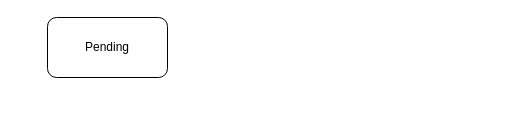
DemonHan/KuickBuy keeps this draw.io diagram as 体系文件协同编辑和管理工具/DM编校审流程.drawio. Above is the earlier version. Source tidied: cells renumbered, new cells numbered last; positions are measured from the earlier drawing's top-left corner, leaving out a move shared by most shapes. Both pictures are drawn from the tidied source at 100%, with x=0, y=0 at pixel (47, 17).
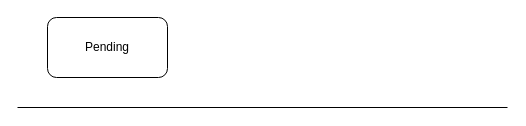
The same page after the edit.

Commit message (it also covers changes not shown here):
更新DM编校审流程.drawio

The edit, as a diff of the source:
```diff
@@
 <mxGraphModel>
   <root>
     <mxCell id="0" />
     <mxCell id="1" parent="0" />
     <mxCell id="2" value="Pending" style="rounded=1;whiteSpace=wrap;html=1;" parent="1" vertex="1">
       <mxGeometry width="120" height="60" as="geometry" />
     </mxCell>
+    <mxCell id="3" style="endArrow=none;html=1;rounded=0;" parent="1" edge="1">
+      <mxGeometry relative="1" as="geometry">
+        <mxPoint x="-30" y="90" as="sourcePoint" />
+        <mxPoint x="460" y="90" as="targetPoint" />
+      </mxGeometry>
+    </mxCell>
   </root>
 </mxGraphModel>
```
